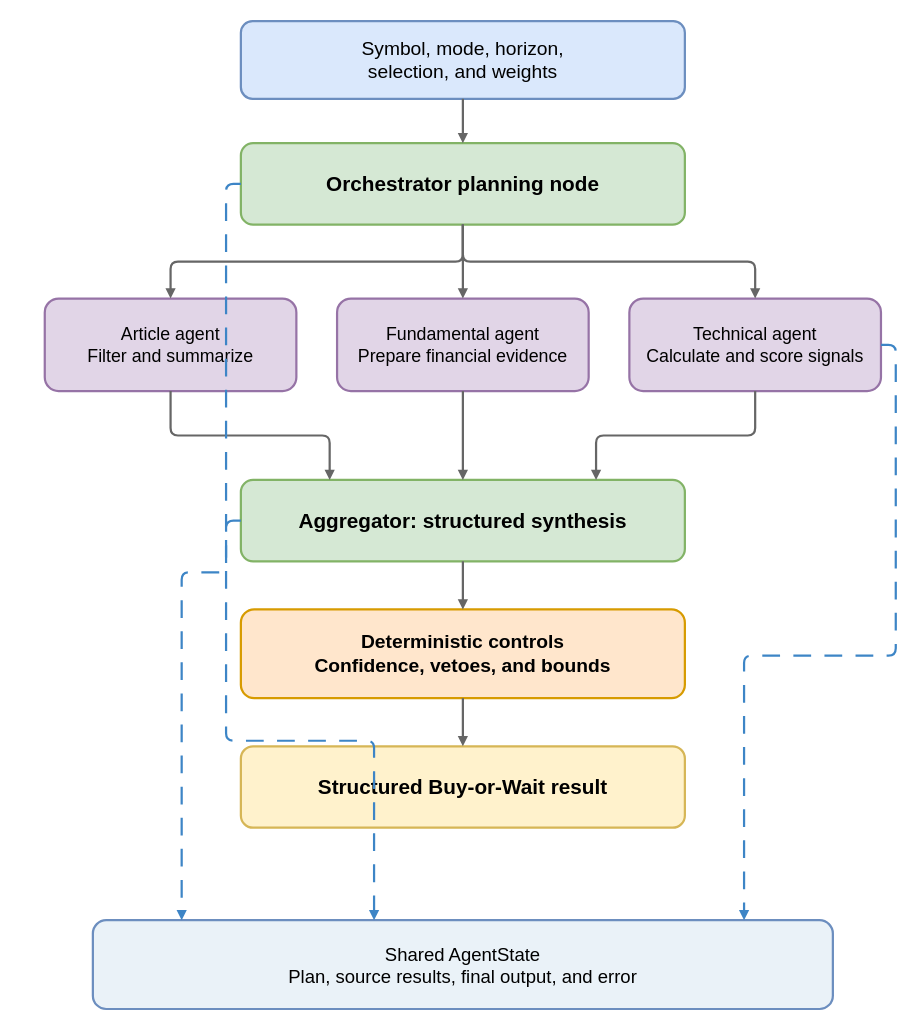
This is report/diagrams/chapter4/stockrium_agent_topology_portrait.drawio from lqhuy04/Thesis-22125031-22125035, a draw.io file, before an edit. Source tidied: cells renumbered, new cells numbered last; positions are measured from the earlier drawing's top-left corner, leaving out a move shared by most shapes. Both pictures are drawn from the tidied source at 74%, with x=0, y=0 at pixel (44, 21).
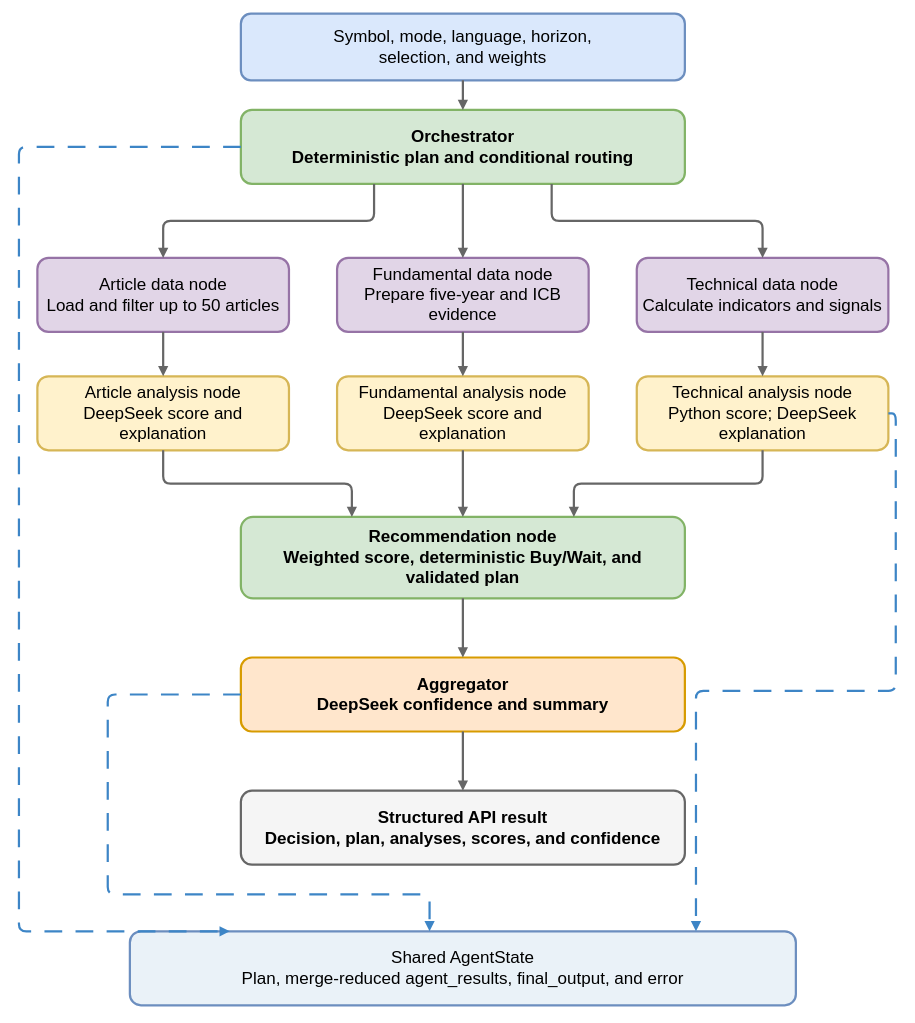
The same page after the edit.

The edit, as a diff of the source:
```diff
@@
-    <mxCell id="2" value="Symbol, mode, horizon,&lt;br&gt;selection, and weights" style="rounded=1;whiteSpace=wrap;html=1;fillColor=#dae8fc;strokeColor=#6c8ebf;strokeWidth=3;fontSize=26;spacing=10;" parent="1" vertex="1">
-      <mxGeometry x="265" width="600" height="105" as="geometry" />
+    <mxCell id="2" value="Symbol, mode, language, horizon,&lt;br&gt;selection, and weights" style="rounded=1;whiteSpace=wrap;html=1;fillColor=#dae8fc;strokeColor=#6c8ebf;strokeWidth=3;fontSize=23;spacing=10;" parent="1" vertex="1">
+      <mxGeometry x="265" y="-10" width="600" height="90" as="geometry" />
     </mxCell>
-    <mxCell id="3" value="Orchestrator planning node" style="rounded=1;whiteSpace=wrap;html=1;fillColor=#d5e8d4;strokeColor=#82b366;strokeWidth=3;fontSize=28;fontStyle=1;spacing=10;" parent="1" vertex="1">
-      <mxGeometry x="265" y="165" width="600" height="110" as="geometry" />
+    <mxCell id="3" value="Orchestrator&lt;br&gt;Deterministic plan and conditional routing" style="rounded=1;whiteSpace=wrap;html=1;fillColor=#d5e8d4;strokeColor=#82b366;strokeWidth=3;fontSize=23;fontStyle=1;spacing=10;" parent="1" vertex="1">
+      <mxGeometry x="265" y="120" width="600" height="100" as="geometry" />
     </mxCell>
-    <mxCell id="4" value="Article agent&lt;br&gt;Filter and summarize" style="rounded=1;whiteSpace=wrap;html=1;fillColor=#e1d5e7;strokeColor=#9673a6;strokeWidth=3;fontSize=24;spacing=10;" parent="1" vertex="1">
-      <mxGeometry y="375" width="340" height="125" as="geometry" />
-    </mxCell>
-    <mxCell id="5" value="Fundamental agent&lt;br&gt;Prepare financial evidence" style="rounded=1;whiteSpace=wrap;html=1;fillColor=#e1d5e7;strokeColor=#9673a6;strokeWidth=3;fontSize=24;spacing=10;" parent="1" vertex="1">
-      <mxGeometry x="395" y="375" width="340" height="125" as="geometry" />
-    </mxCell>
-    <mxCell id="6" value="Technical agent&lt;br&gt;Calculate and score signals" style="rounded=1;whiteSpace=wrap;html=1;fillColor=#e1d5e7;strokeColor=#9673a6;strokeWidth=3;fontSize=24;spacing=10;" parent="1" vertex="1">
-      <mxGeometry x="790" y="375" width="340" height="125" as="geometry" />
-    </mxCell>
+    <mxCell id="23" value="Article data node&lt;br&gt;Load and filter up to 50 articles" style="rounded=1;whiteSpace=wrap;html=1;fillColor=#e1d5e7;strokeColor=#9673a6;strokeWidth=3;fontSize=23;spacing=8;" parent="1" vertex="1">
+      <mxGeometry x="-10" y="320" width="340" height="100" as="geometry" />
+    </mxCell>
+    <mxCell id="24" value="Fundamental data node&lt;br&gt;Prepare five-year and ICB evidence" style="rounded=1;whiteSpace=wrap;html=1;fillColor=#e1d5e7;strokeColor=#9673a6;strokeWidth=3;fontSize=23;spacing=8;" parent="1" vertex="1">
+      <mxGeometry x="395" y="320" width="340" height="100" as="geometry" />
+    </mxCell>
+    <mxCell id="25" value="Technical data node&lt;br&gt;Calculate indicators and signals" style="rounded=1;whiteSpace=wrap;html=1;fillColor=#e1d5e7;strokeColor=#9673a6;strokeWidth=3;fontSize=23;spacing=8;" parent="1" vertex="1">
+      <mxGeometry x="800" y="320" width="340" height="100" as="geometry" />
+    </mxCell>
+    <mxCell id="26" value="Article analysis node&lt;br&gt;DeepSeek score and explanation" style="rounded=1;whiteSpace=wrap;html=1;fillColor=#fff2cc;strokeColor=#d6b656;strokeWidth=3;fontSize=23;spacing=8;" parent="1" vertex="1">
+      <mxGeometry x="-10" y="480" width="340" height="100" as="geometry" />
+    </mxCell>
+    <mxCell id="27" value="Fundamental analysis node&lt;br&gt;DeepSeek score and explanation" style="rounded=1;whiteSpace=wrap;html=1;fillColor=#fff2cc;strokeColor=#d6b656;strokeWidth=3;fontSize=23;spacing=8;" parent="1" vertex="1">
+      <mxGeometry x="395" y="480" width="340" height="100" as="geometry" />
+    </mxCell>
+    <mxCell id="28" value="Technical analysis node&lt;br&gt;Python score; DeepSeek explanation" style="rounded=1;whiteSpace=wrap;html=1;fillColor=#fff2cc;strokeColor=#d6b656;strokeWidth=3;fontSize=23;spacing=8;" parent="1" vertex="1">
+      <mxGeometry x="800" y="480" width="340" height="100" as="geometry" />
+    </mxCell>
+    <mxCell id="29" value="Recommendation node&lt;br&gt;Weighted score, deterministic Buy/Wait, and validated plan" style="rounded=1;whiteSpace=wrap;html=1;fillColor=#d5e8d4;strokeColor=#82b366;strokeWidth=3;fontSize=23;fontStyle=1;spacing=10;" parent="1" vertex="1">
+      <mxGeometry x="265" y="670" width="600" height="110" as="geometry" />
+    </mxCell>
-    <mxCell id="7" value="Aggregator: structured synthesis" style="rounded=1;whiteSpace=wrap;html=1;fillColor=#d5e8d4;strokeColor=#82b366;strokeWidth=3;fontSize=28;fontStyle=1;spacing=10;" parent="1" vertex="1">
-      <mxGeometry x="265" y="620" width="600" height="110" as="geometry" />
+    <mxCell id="7" value="Aggregator&lt;br&gt;DeepSeek confidence and summary" style="rounded=1;whiteSpace=wrap;html=1;fillColor=#ffe6cc;strokeColor=#d79b00;strokeWidth=3;fontSize=23;fontStyle=1;spacing=10;" parent="1" vertex="1">
+      <mxGeometry x="265" y="860" width="600" height="100" as="geometry" />
     </mxCell>
-    <mxCell id="8" value="Deterministic controls&lt;br&gt;Confidence, vetoes, and bounds" style="rounded=1;whiteSpace=wrap;html=1;fillColor=#ffe6cc;strokeColor=#d79b00;strokeWidth=3;fontSize=26;fontStyle=1;spacing=10;" parent="1" vertex="1">
-      <mxGeometry x="265" y="795" width="600" height="120" as="geometry" />
-    </mxCell>
-    <mxCell id="9" value="Structured Buy-or-Wait result" style="rounded=1;whiteSpace=wrap;html=1;fillColor=#fff2cc;strokeColor=#d6b656;strokeWidth=3;fontSize=28;fontStyle=1;spacing=10;" parent="1" vertex="1">
-      <mxGeometry x="265" y="980" width="600" height="110" as="geometry" />
+    <mxCell id="9" value="Structured API result&lt;br&gt;Decision, plan, analyses, scores, and confidence" style="rounded=1;whiteSpace=wrap;html=1;fillColor=#f5f5f5;strokeColor=#666666;strokeWidth=3;fontSize=23;fontStyle=1;spacing=10;" parent="1" vertex="1">
+      <mxGeometry x="265" y="1040" width="600" height="100" as="geometry" />
     </mxCell>
-    <mxCell id="10" value="Shared AgentState&lt;br&gt;Plan, source results, final output, and error" style="rounded=1;whiteSpace=wrap;html=1;fillColor=#eaf2f8;strokeColor=#6c8ebf;strokeWidth=3;fontSize=25;spacing=10;" parent="1" vertex="1">
-      <mxGeometry x="65" y="1215" width="1000" height="120" as="geometry" />
+    <mxCell id="10" value="Shared AgentState&lt;br&gt;Plan, merge-reduced agent_results, final_output, and error" style="rounded=1;whiteSpace=wrap;html=1;fillColor=#eaf2f8;strokeColor=#6c8ebf;strokeWidth=3;fontSize=23;spacing=10;" parent="1" vertex="1">
+      <mxGeometry x="115" y="1230" width="900" height="100" as="geometry" />
     </mxCell>
-    <mxCell id="11" style="edgeStyle=orthogonalEdgeStyle;rounded=0;jettySize=auto;html=1;endArrow=block;endFill=1;strokeColor=#666666;strokeWidth=3;exitX=0.5;exitY=1;entryX=0.5;entryY=0;" parent="1" edge="1" source="2" target="3">
+    <mxCell id="11" style="edgeStyle=orthogonalEdgeStyle;rounded=1;html=1;endArrow=block;endFill=1;strokeColor=#666666;strokeWidth=3;exitX=0.5;exitY=1;entryX=0.5;entryY=0;fontSize=23;" parent="1" edge="1" source="2" target="3">
       <mxGeometry relative="1" as="geometry" />
     </mxCell>
-    <mxCell id="12" style="edgeStyle=orthogonalEdgeStyle;rounded=1;jettySize=auto;html=1;endArrow=block;endFill=1;strokeColor=#666666;strokeWidth=3;exitX=0.5;exitY=1;entryX=0.5;entryY=0;" parent="1" edge="1" source="3" target="4">
+    <mxCell id="12" style="edgeStyle=orthogonalEdgeStyle;rounded=1;html=1;endArrow=block;endFill=1;strokeColor=#666666;strokeWidth=3;exitX=0.3;exitY=1;entryX=0.5;entryY=0;fontSize=23;" parent="1" edge="1" source="3" target="23">
       <mxGeometry relative="1" as="geometry" />
     </mxCell>
-    <mxCell id="13" style="edgeStyle=orthogonalEdgeStyle;rounded=0;jettySize=auto;html=1;endArrow=block;endFill=1;strokeColor=#666666;strokeWidth=3;exitX=0.5;exitY=1;entryX=0.5;entryY=0;" parent="1" edge="1" source="3" target="5">
+    <mxCell id="13" style="edgeStyle=orthogonalEdgeStyle;rounded=1;html=1;endArrow=block;endFill=1;strokeColor=#666666;strokeWidth=3;exitX=0.5;exitY=1;entryX=0.5;entryY=0;fontSize=23;" parent="1" edge="1" source="3" target="24">
       <mxGeometry relative="1" as="geometry" />
     </mxCell>
-    <mxCell id="14" style="edgeStyle=orthogonalEdgeStyle;rounded=1;jettySize=auto;html=1;endArrow=block;endFill=1;strokeColor=#666666;strokeWidth=3;exitX=0.5;exitY=1;entryX=0.5;entryY=0;" parent="1" edge="1" source="3" target="6">
+    <mxCell id="14" style="edgeStyle=orthogonalEdgeStyle;rounded=1;html=1;endArrow=block;endFill=1;strokeColor=#666666;strokeWidth=3;exitX=0.7;exitY=1;entryX=0.5;entryY=0;fontSize=23;" parent="1" edge="1" source="3" target="25">
       <mxGeometry relative="1" as="geometry" />
     </mxCell>
-    <mxCell id="15" style="edgeStyle=orthogonalEdgeStyle;rounded=1;jettySize=auto;html=1;endArrow=block;endFill=1;strokeColor=#666666;strokeWidth=3;exitX=0.5;exitY=1;entryX=0.2;entryY=0;" parent="1" edge="1" source="4" target="7">
-      <mxGeometry relative="1" as="geometry" />
-    </mxCell>
-    <mxCell id="16" style="edgeStyle=orthogonalEdgeStyle;rounded=0;jettySize=auto;html=1;endArrow=block;endFill=1;strokeColor=#666666;strokeWidth=3;exitX=0.5;exitY=1;entryX=0.5;entryY=0;" parent="1" edge="1" source="5" target="7">
-      <mxGeometry relative="1" as="geometry" />
-    </mxCell>
-    <mxCell id="17" style="edgeStyle=orthogonalEdgeStyle;rounded=1;jettySize=auto;html=1;endArrow=block;endFill=1;strokeColor=#666666;strokeWidth=3;exitX=0.5;exitY=1;entryX=0.8;entryY=0;" parent="1" edge="1" source="6" target="7">
-      <mxGeometry relative="1" as="geometry" />
-    </mxCell>
-    <mxCell id="18" style="edgeStyle=orthogonalEdgeStyle;rounded=0;jettySize=auto;html=1;endArrow=block;endFill=1;strokeColor=#666666;strokeWidth=3;exitX=0.5;exitY=1;entryX=0.5;entryY=0;" parent="1" edge="1" source="7" target="8">
-      <mxGeometry relative="1" as="geometry" />
-    </mxCell>
-    <mxCell id="19" style="edgeStyle=orthogonalEdgeStyle;rounded=0;jettySize=auto;html=1;endArrow=block;endFill=1;strokeColor=#666666;strokeWidth=3;exitX=0.5;exitY=1;entryX=0.5;entryY=0;" parent="1" edge="1" source="8" target="9">
-      <mxGeometry relative="1" as="geometry" />
-    </mxCell>
+    <mxCell id="30" style="edgeStyle=orthogonalEdgeStyle;rounded=1;html=1;endArrow=block;endFill=1;strokeColor=#666666;strokeWidth=3;exitX=0.5;exitY=1;entryX=0.5;entryY=0;fontSize=23;" parent="1" edge="1" source="23" target="26">
+      <mxGeometry relative="1" as="geometry" />
+    </mxCell>
+    <mxCell id="31" style="edgeStyle=orthogonalEdgeStyle;rounded=1;html=1;endArrow=block;endFill=1;strokeColor=#666666;strokeWidth=3;exitX=0.5;exitY=1;entryX=0.5;entryY=0;fontSize=23;" parent="1" edge="1" source="24" target="27">
+      <mxGeometry relative="1" as="geometry" />
+    </mxCell>
+    <mxCell id="32" style="edgeStyle=orthogonalEdgeStyle;rounded=1;html=1;endArrow=block;endFill=1;strokeColor=#666666;strokeWidth=3;exitX=0.5;exitY=1;entryX=0.5;entryY=0;fontSize=23;" parent="1" edge="1" source="25" target="28">
+      <mxGeometry relative="1" as="geometry" />
+    </mxCell>
+    <mxCell id="33" style="edgeStyle=orthogonalEdgeStyle;rounded=1;html=1;endArrow=block;endFill=1;strokeColor=#666666;strokeWidth=3;exitX=0.5;exitY=1;entryX=0.25;entryY=0;fontSize=23;" parent="1" edge="1" source="26" target="29">
+      <mxGeometry relative="1" as="geometry" />
+    </mxCell>
+    <mxCell id="34" style="edgeStyle=orthogonalEdgeStyle;rounded=1;html=1;endArrow=block;endFill=1;strokeColor=#666666;strokeWidth=3;exitX=0.5;exitY=1;entryX=0.5;entryY=0;fontSize=23;" parent="1" edge="1" source="27" target="29">
+      <mxGeometry relative="1" as="geometry" />
+    </mxCell>
+    <mxCell id="35" style="edgeStyle=orthogonalEdgeStyle;rounded=1;html=1;endArrow=block;endFill=1;strokeColor=#666666;strokeWidth=3;exitX=0.5;exitY=1;entryX=0.75;entryY=0;fontSize=23;" parent="1" edge="1" source="28" target="29">
+      <mxGeometry relative="1" as="geometry" />
+    </mxCell>
+    <mxCell id="36" style="edgeStyle=orthogonalEdgeStyle;rounded=1;html=1;endArrow=block;endFill=1;strokeColor=#666666;strokeWidth=3;exitX=0.5;exitY=1;entryX=0.5;entryY=0;fontSize=23;" parent="1" edge="1" source="29" target="7">
+      <mxGeometry relative="1" as="geometry" />
+    </mxCell>
+    <mxCell id="37" style="edgeStyle=orthogonalEdgeStyle;rounded=1;html=1;endArrow=block;endFill=1;strokeColor=#666666;strokeWidth=3;exitX=0.5;exitY=1;entryX=0.5;entryY=0;fontSize=23;" parent="1" edge="1" source="7" target="9">
+      <mxGeometry relative="1" as="geometry" />
+    </mxCell>
-    <mxCell id="20" style="edgeStyle=orthogonalEdgeStyle;rounded=1;jettySize=auto;html=1;endArrow=block;endFill=1;strokeColor=#3d85c6;strokeWidth=3;dashed=1;dashPattern=8 6;exitX=0;exitY=0.5;entryX=0.12;entryY=0;" parent="1" edge="1" source="3" target="10">
-      <mxGeometry relative="1" as="geometry" />
+    <mxCell id="20" style="edgeStyle=orthogonalEdgeStyle;rounded=1;html=1;endArrow=block;endFill=1;strokeColor=#3d85c6;strokeWidth=3;dashed=1;dashPattern=8 6;exitX=0;exitY=0.5;entryX=0.15;entryY=0;fontSize=23;" parent="1" edge="1" source="3" target="10">
+      <mxGeometry relative="1" as="geometry">
+        <Array as="points">
+          <mxPoint x="-34.9" y="170.1" />
+          <mxPoint x="-34.9" y="1230.1" />
+        </Array>
+      </mxGeometry>
     </mxCell>
-    <mxCell id="21" style="edgeStyle=orthogonalEdgeStyle;rounded=1;jettySize=auto;html=1;endArrow=block;endFill=1;strokeColor=#3d85c6;strokeWidth=3;dashed=1;dashPattern=8 6;exitX=1;exitY=0.5;entryX=0.88;entryY=0;" parent="1" edge="1" source="6" target="10">
+    <mxCell id="21" style="edgeStyle=orthogonalEdgeStyle;rounded=1;html=1;endArrow=block;endFill=1;strokeColor=#3d85c6;strokeWidth=3;dashed=1;dashPattern=8 6;exitX=1;exitY=0.5;entryX=0.85;entryY=0;fontSize=23;" parent="1" edge="1" source="28" target="10">
       <mxGeometry relative="1" as="geometry" />
     </mxCell>
-    <mxCell id="22" style="edgeStyle=orthogonalEdgeStyle;rounded=1;jettySize=auto;html=1;endArrow=block;endFill=1;strokeColor=#3d85c6;strokeWidth=3;dashed=1;dashPattern=8 6;exitX=0;exitY=0.5;entryX=0.38;entryY=0;" parent="1" edge="1" source="7" target="10">
-      <mxGeometry relative="1" as="geometry" />
+    <mxCell id="22" style="edgeStyle=orthogonalEdgeStyle;rounded=1;html=1;endArrow=block;endFill=1;strokeColor=#3d85c6;strokeWidth=3;dashed=1;dashPattern=8 6;exitX=0;exitY=0.5;entryX=0.45;entryY=0;fontSize=23;" parent="1" edge="1" source="7" target="10">
+      <mxGeometry relative="1" as="geometry">
+        <Array as="points">
+          <mxPoint x="85.1" y="910.1" />
+          <mxPoint x="85.1" y="1180.1" />
+          <mxPoint x="520" y="1180.1" />
+        </Array>
+      </mxGeometry>
     </mxCell>
```
